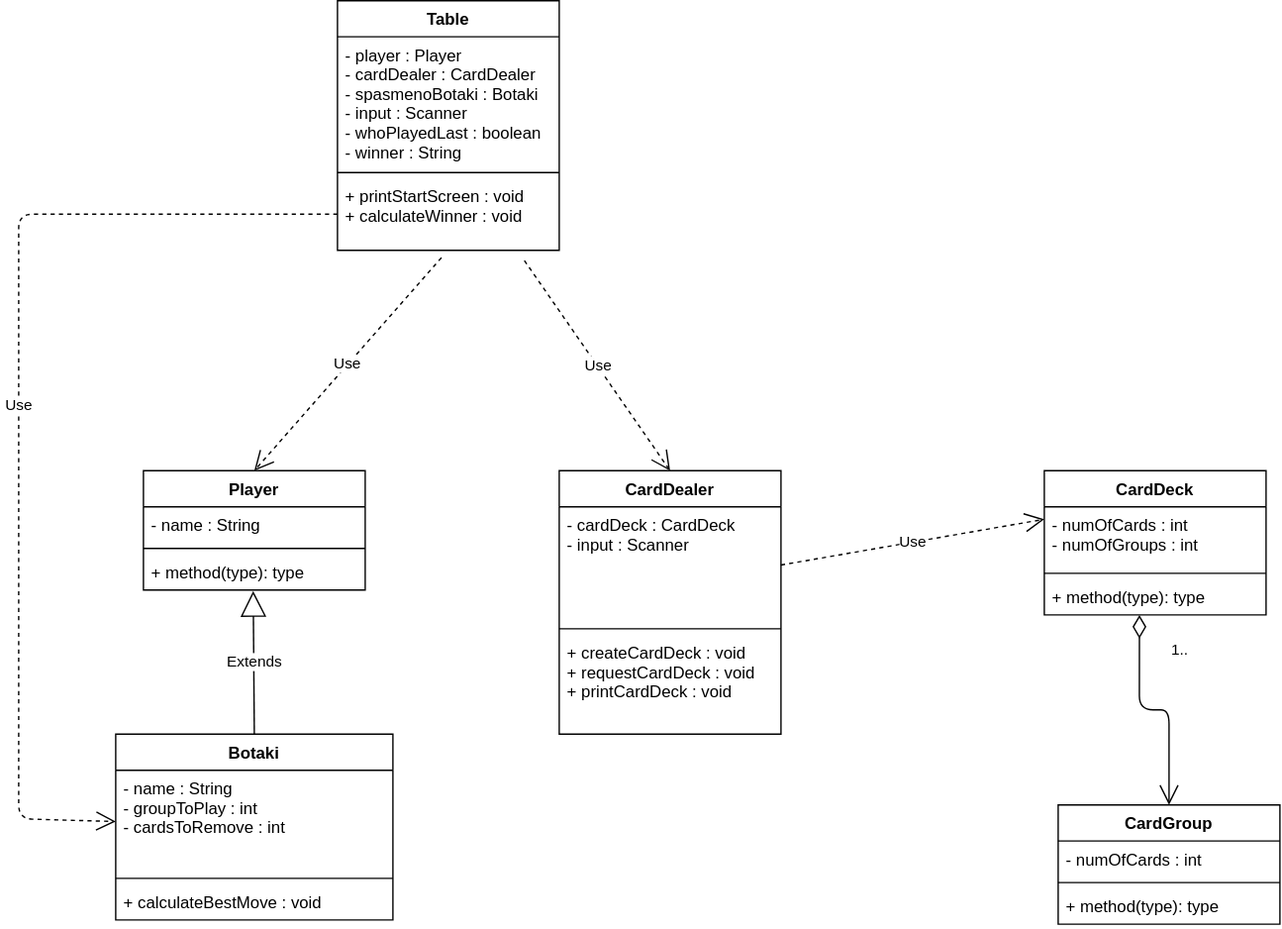
philipAthanasopoulos/Card-io keeps this draw.io diagram as ask2/ask2.drawio.svg. Above is the earlier version. Source tidied: cells renumbered, new cells last; positions are measured from the earlier drawing's top-left corner, leaving out a move shared by most shapes.
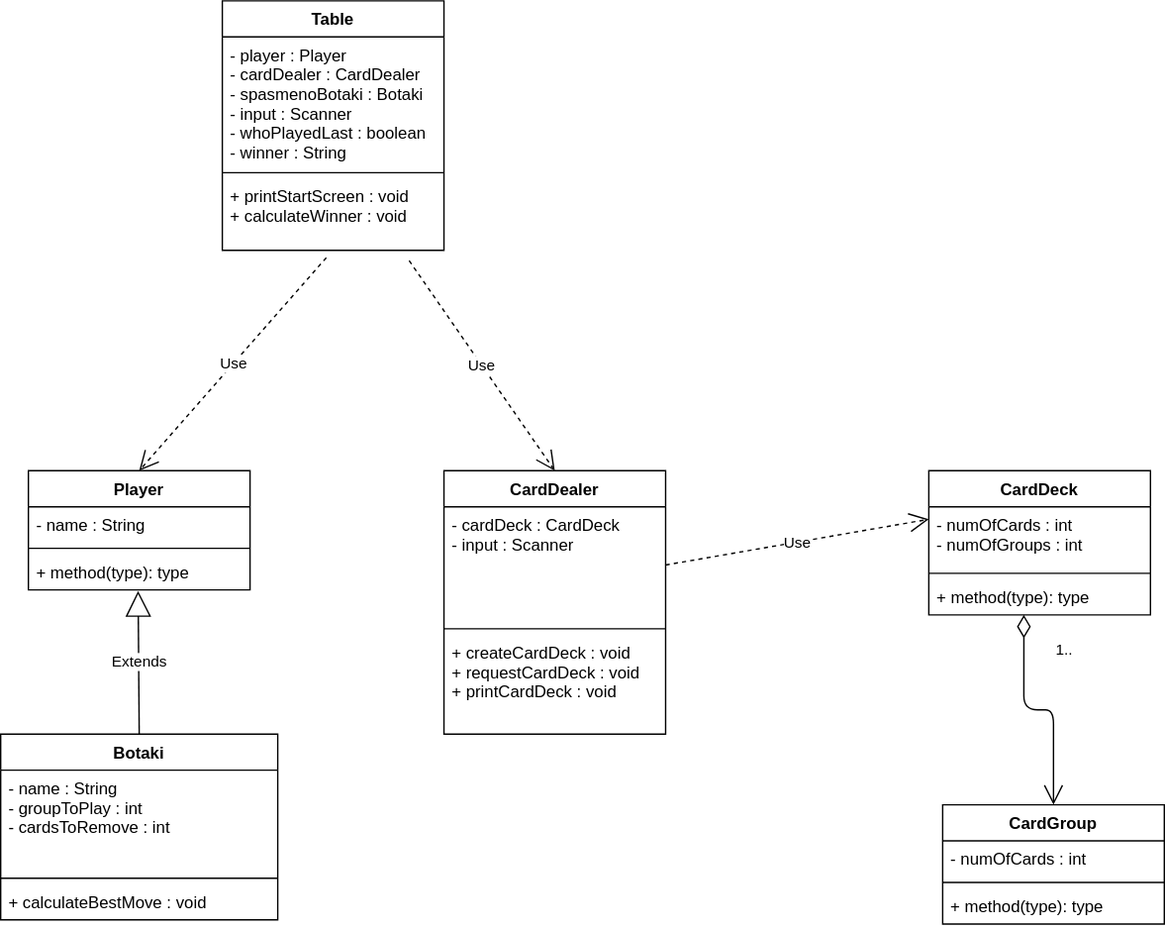
Above is the later version.

Diff of the diagram source:
```diff
@@ -89,13 +89,5 @@
     <mxCell id="30" value="Use" style="endArrow=open;endSize=12;dashed=1;html=1;exitX=0.843;exitY=1.143;exitDx=0;exitDy=0;exitPerimeter=0;entryX=0.5;entryY=0;entryDx=0;entryDy=0;" parent="1" edge="1" source="28" target="11">
       <mxGeometry relative="1" as="geometry" />
     </mxCell>
-    <mxCell id="31" value="Use" style="endArrow=open;endSize=12;dashed=1;html=1;exitX=0;exitY=0.5;exitDx=0;exitDy=0;entryX=0;entryY=0.5;entryDx=0;entryDy=0;" parent="1" edge="1" source="28" target="7">
-      <mxGeometry relative="1" as="geometry">
-        <Array as="points">
-          <mxPoint y="154" />
-          <mxPoint y="590" />
-        </Array>
-      </mxGeometry>
-    </mxCell>
   </root>
 </mxGraphModel>
```
